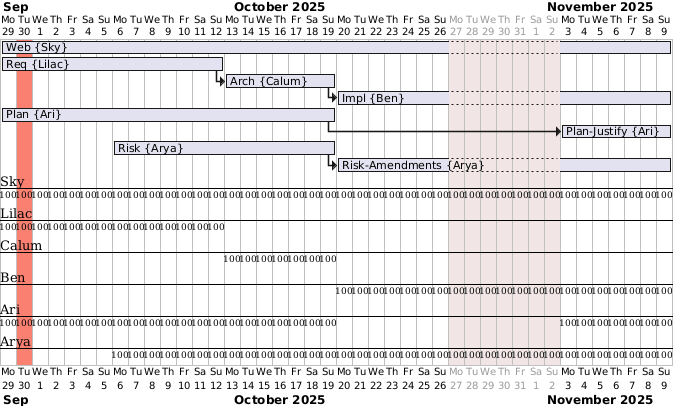
Before: docs/images/gannt2.png, a diagram exported from PlantUML (nsq511/ENG1-TIV). The source it was exported from:
```plantuml
@startgantt
Project starts 2025-09-29

2025-10-27 to 2025-11-02 is closed
2025-09-30 is colored salmon

[Web] on {Sky} starts 2025-09-29 and ends 2025-11-09
[Req] on {Lilac} starts 2025-09-29 and ends 2025-10-12
[Arch] on {Calum} starts 2025-10-13 and ends 2025-10-19
[Impl] on {Ben} starts 2025-10-20 and ends 2025-11-09
[Plan] on {Ari} starts 2025-09-29 and ends 2025-10-19
[Plan-Justify] on {Ari} starts at 2025-11-03 and ends 2025-11-09
[Risk] on {Arya} starts 2025-10-06 and ends 2025-10-19
[Risk-Amendments] on {Arya} starts 2025-10-20 and ends 2025-11-09
[Req]->[Arch]
[Arch]->[Impl]
[Plan]->[Plan-Justify]
[Risk]->[Risk-Amendments]
@endgantt
```
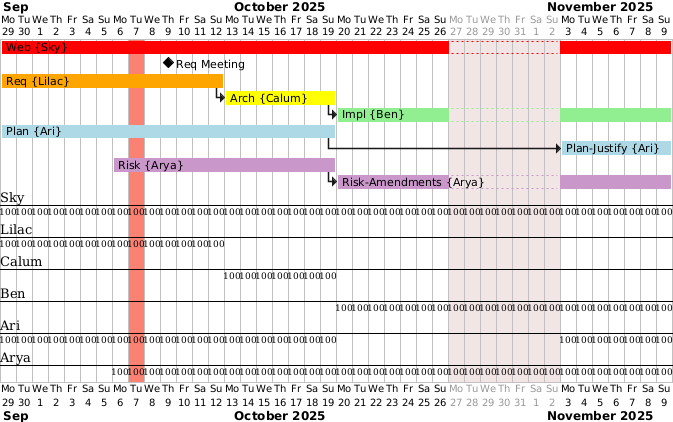
After the commit.

What changed in the source:
```diff
@@ -2,9 +2,10 @@
 Project starts 2025-09-29
 
 2025-10-27 to 2025-11-02 is closed
-2025-09-30 is colored salmon
+2025-10-07 is colored salmon
 
 [Web] on {Sky} starts 2025-09-29 and ends 2025-11-09
+[Req Meeting] happens at 2025-10-09
 [Req] on {Lilac} starts 2025-09-29 and ends 2025-10-12
 [Arch] on {Calum} starts 2025-10-13 and ends 2025-10-19
 [Impl] on {Ben} starts 2025-10-20 and ends 2025-11-09
@@ -12,8 +13,18 @@
 [Plan-Justify] on {Ari} starts at 2025-11-03 and ends 2025-11-09
 [Risk] on {Arya} starts 2025-10-06 and ends 2025-10-19
 [Risk-Amendments] on {Arya} starts 2025-10-20 and ends 2025-11-09
+
 [Req]->[Arch]
 [Arch]->[Impl]
 [Plan]->[Plan-Justify]
 [Risk]->[Risk-Amendments]
+
+[Web] is colored in Red
+[Req] is colored in Orange
+[Arch] is colored in Yellow
+[Impl] is colored in LightGreen
+[Plan] is colored in LightBlue
+[Plan-Justify] is colored in LightBlue
+[Risk] is colored in c896c8
+[Risk-Amendments] is colored in c896c8
 @endgantt
```
